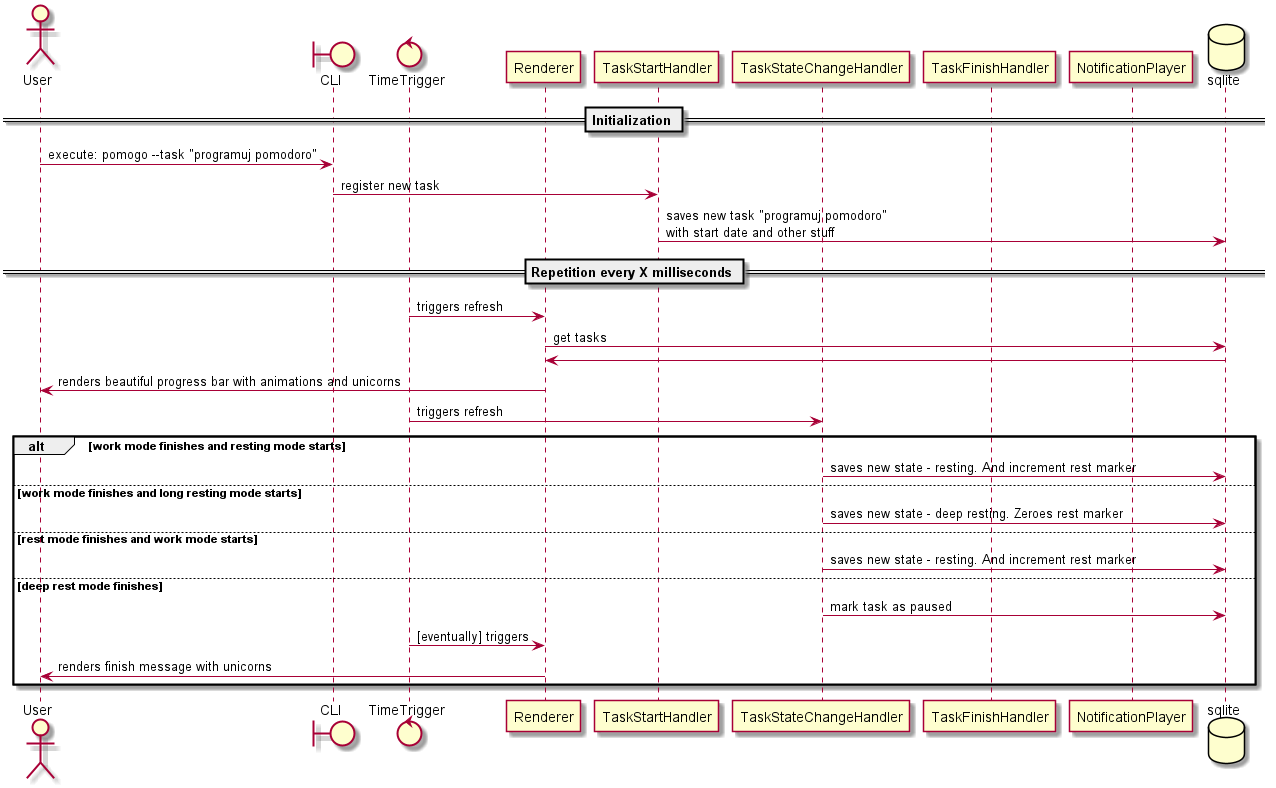
This is docs/task_flow.png from BartoszCoyote/GoPomodoro, a PlantUML export, as it was before one commit. The source it was exported from:
```plantuml
@startuml
actor User
boundary CLI
control TimeTrigger
participant Renderer
participant TaskStartHandler
participant TaskStateChangeHandler
participant TaskFinishHandler
participant NotificationPlayer
database sqlite

== Initialization ==
User -> CLI: execute: pomogo --task "programuj pomodoro"
CLI -> TaskStartHandler: register new task
TaskStartHandler -> sqlite: saves new task "programuj pomodoro"\nwith start date and other stuff

== Repetition every X milliseconds ==
TimeTrigger -> Renderer: triggers refresh
Renderer -> sqlite: get tasks
sqlite -> Renderer
Renderer -> User: renders beautiful progress bar with animations and unicorns

TimeTrigger -> TaskStateChangeHandler: triggers refresh

alt work mode finishes and resting mode starts
    TaskStateChangeHandler -> sqlite: saves new state - resting. And increment rest marker
else work mode finishes and long resting mode starts
    TaskStateChangeHandler -> sqlite: saves new state - deep resting. Zeroes rest marker
else rest mode finishes and work mode starts
    TaskStateChangeHandler -> sqlite: saves new state - resting. And increment rest marker
else deep rest mode finishes
    TaskStateChangeHandler -> sqlite: mark task as paused
    TimeTrigger -> Renderer: [eventually] triggers
    Renderer -> User: renders finish message with unicorns
end

@enduml
```
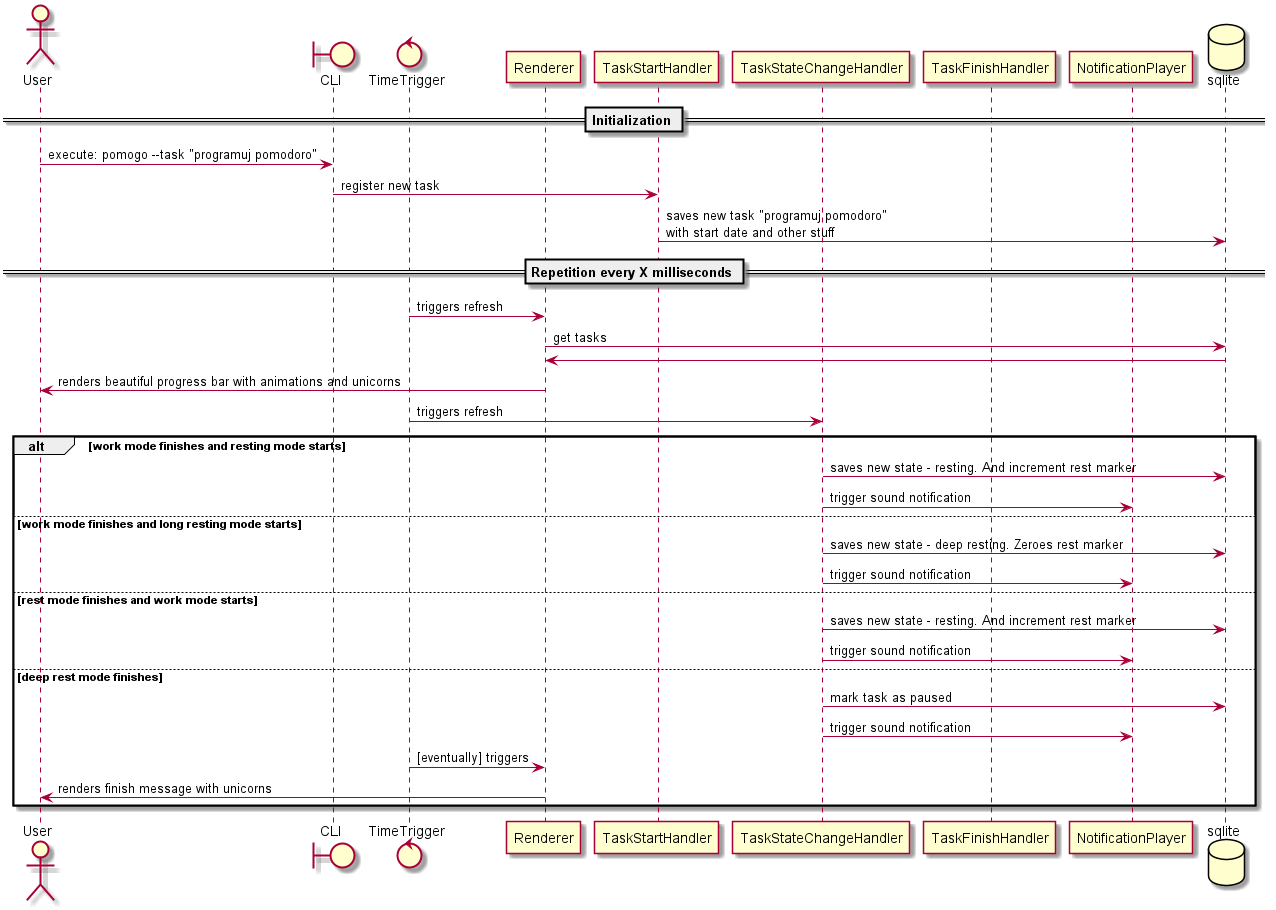
Later version of the same file.

Commit message:
flow diagram for pomodoro execution - triggering sound notifications. Updated image

What changed in the source:
```diff
@@ -24,12 +24,16 @@
 
 alt work mode finishes and resting mode starts
     TaskStateChangeHandler -> sqlite: saves new state - resting. And increment rest marker
+    TaskStateChangeHandler -> NotificationPlayer: trigger sound notification
 else work mode finishes and long resting mode starts
     TaskStateChangeHandler -> sqlite: saves new state - deep resting. Zeroes rest marker
+    TaskStateChangeHandler -> NotificationPlayer: trigger sound notification
 else rest mode finishes and work mode starts
     TaskStateChangeHandler -> sqlite: saves new state - resting. And increment rest marker
+    TaskStateChangeHandler -> NotificationPlayer: trigger sound notification
 else deep rest mode finishes
     TaskStateChangeHandler -> sqlite: mark task as paused
+    TaskStateChangeHandler -> NotificationPlayer: trigger sound notification
     TimeTrigger -> Renderer: [eventually] triggers
     Renderer -> User: renders finish message with unicorns
 end
```
